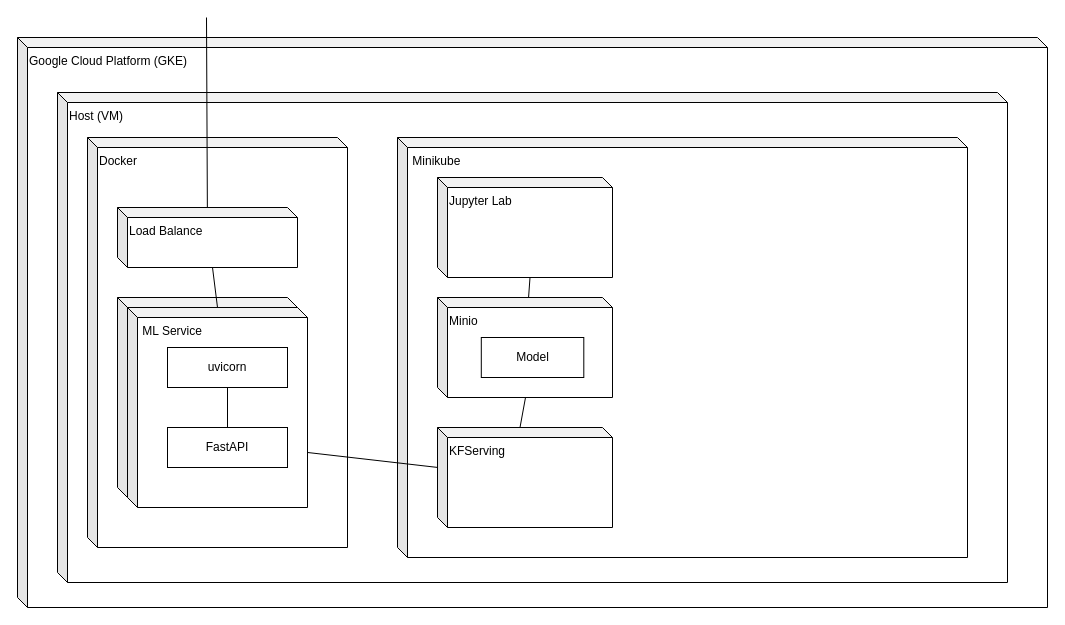
The draw.io diagram page "M4-Deployment" (3 of 3) of M3-cloudmsa.drawio in skykbw/draw-architecture, before the edit. Source tidied: cells renumbered, new cells numbered last; positions are measured from the earlier drawing's top-left corner, leaving out a move shared by most shapes. Both pictures are drawn from the tidied source at 100%, with x=0, y=0 at pixel (17, 17).
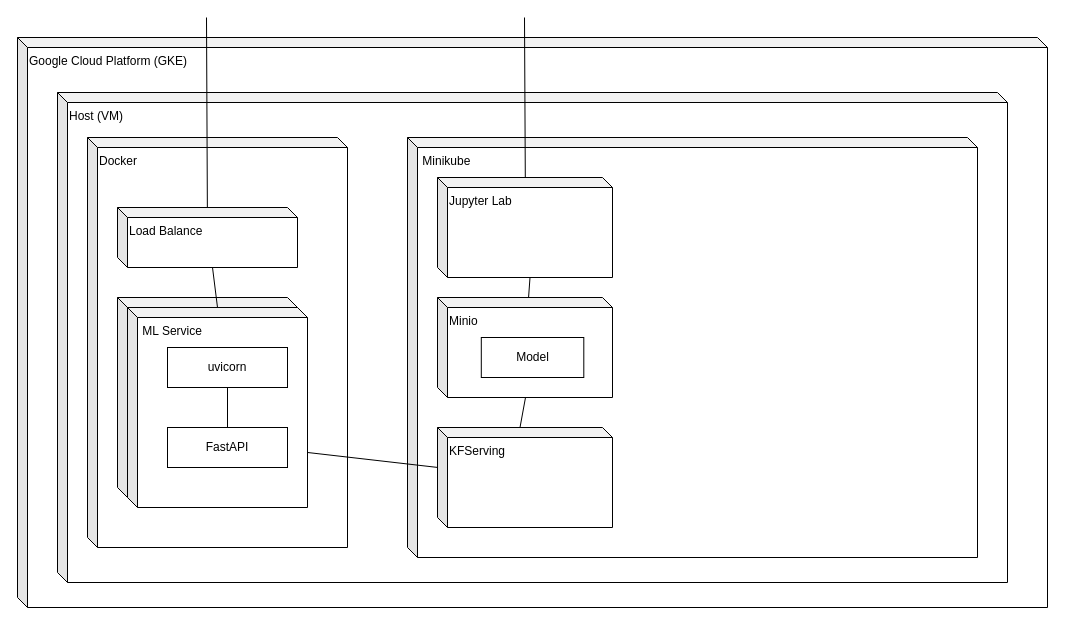
The same page after the edit.

The edit, as a diff of the source:
```diff
@@
     <mxCell id="5" value="&amp;nbsp;Minikube" style="shape=cube;whiteSpace=wrap;html=1;boundedLbl=1;backgroundOutline=1;darkOpacity=0.05;darkOpacity2=0.1;shadow=0;align=left;horizontal=1;verticalAlign=top;size=10;" parent="1" vertex="1">
-      <mxGeometry x="380" y="120" width="570" height="420" as="geometry" />
+      <mxGeometry x="390" y="120" width="570" height="420" as="geometry" />
     </mxCell>
@@
+    <mxCell id="22" style="endArrow=none;html=1;" parent="1" edge="1">
+      <mxGeometry relative="1" as="geometry">
+        <mxPoint x="507.8" y="160" as="sourcePoint" />
+        <mxPoint x="507" as="targetPoint" />
+      </mxGeometry>
+    </mxCell>
```
